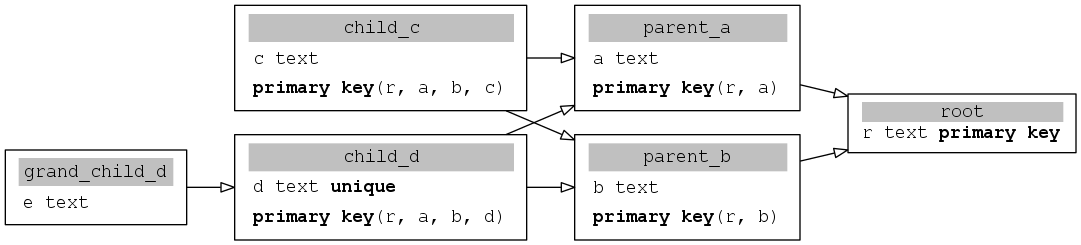
The Graphviz diagram datastruct.png in collorg/oopg, before a commit. Its source is kept beside it as datastruct.gv.
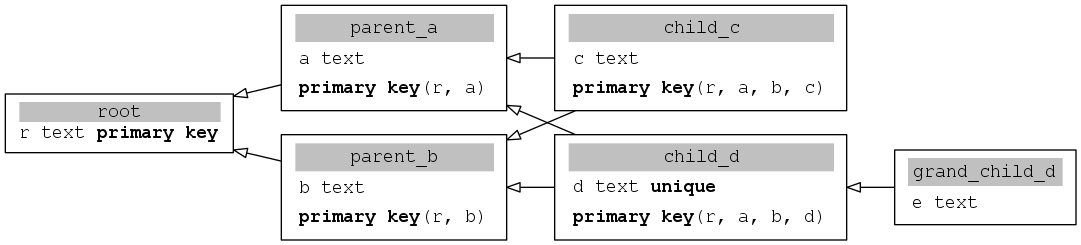
Later version of the same file.

Commit message:
Rankdir left to right.

The edit, as a diff of the source:
```diff
@@ -1,5 +1,5 @@
 digraph g {
-  graph [fontsize=30 labelloc="t" label="" splines=true overlap=false rankdir = "LR"];
+  graph [fontsize=30 labelloc="t" label="" splines=true overlap=false rankdir = "RL"];
   ratio = auto;
   "root" [ style = "filled" penwidth = 1 fillcolor = "white" fontname = "Courier New" shape = "box" label =<<table border="0" cellborder="0" cellpadding="0" bgcolor="white"><tr><td bgcolor="grey" align="center" colspan="2"><font color="black">root</font></td></tr><tr><td align="left" port="r0">r text <b>primary key</b></td></tr></table>> ];
   "parent_a" [ style = "filled" penwidth = 1 fillcolor = "white" fontname = "Courier New" shape = "box" label =<<table border="0" cellborder="0" cellpadding="3" bgcolor="white"><tr><td bgcolor="grey" align="center" colspan="2"><font color="black">parent_a</font></td></tr><tr><td align="left" port="r3">a text</td></tr><tr><td align="left" port="r3"><b>primary key</b>(r, a)</td></tr></table>> ];
```
